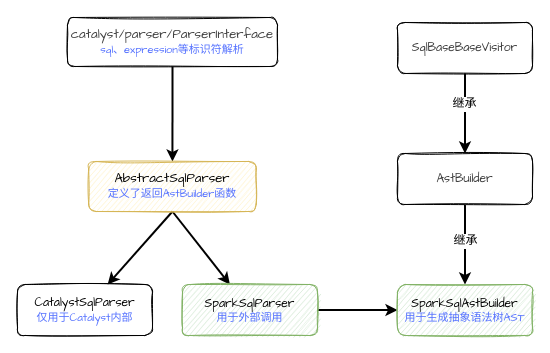
Earlier version of the draw.io diagram sql/pngs/step1.drawio (kirito1015/spark_source.sql). Source tidied: cells renumbered, new cells numbered last; positions are measured from the earlier drawing's top-left corner, leaving out a move shared by most shapes. Both pictures are drawn from the tidied source at 100%, with x=0, y=0 at pixel (17, 17).
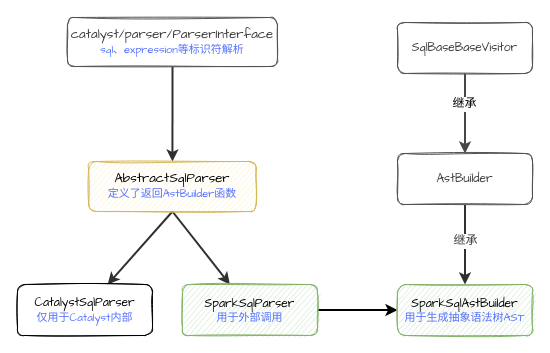
Above is the later version.

The edit, as a diff of the source:
```diff
@@
 <mxGraphModel>
   <root>
     <mxCell id="0" />
     <mxCell id="1" parent="0" />
-    <mxCell id="2" style="rounded=0;jettySize=auto;html=1;fontFamily=Comic Sans MS;fontColor=#000000;strokeWidth=2;" parent="1" edge="1" source="3" target="6">
+    <mxCell id="2" style="rounded=0;jettySize=auto;html=1;fontFamily=Comic Sans MS;fontColor=#3D3D3D;strokeWidth=2;strokeColor=#303030;" parent="1" edge="1" source="3" target="6">
       <mxGeometry relative="1" as="geometry" />
     </mxCell>
-    <mxCell id="3" value="&lt;div style=&quot;font-size: 9.8pt&quot;&gt;catalyst/parser/ParserInterfac&lt;span style=&quot;font-size: 9.8pt&quot;&gt;e&lt;/span&gt;&lt;/div&gt;&lt;div&gt;&lt;font color=&quot;#5471ff&quot; style=&quot;font-size: 11px&quot;&gt;sql、expression等标识符解析&lt;/font&gt;&lt;/div&gt;" style="rounded=1;whiteSpace=wrap;html=1;fontFamily=Comic Sans MS;fontColor=#404040;labelBackgroundColor=none;sketch=1;glass=0;shadow=0;" parent="1" vertex="1">
+    <mxCell id="3" value="&lt;div style=&quot;font-size: 9.8pt&quot;&gt;catalyst/parser/ParserInterfac&lt;span style=&quot;font-size: 9.8pt&quot;&gt;e&lt;/span&gt;&lt;/div&gt;&lt;div&gt;&lt;font color=&quot;#5471ff&quot; style=&quot;font-size: 11px&quot;&gt;sql、expression等标识符解析&lt;/font&gt;&lt;/div&gt;" style="rounded=1;whiteSpace=wrap;html=1;fontFamily=Comic Sans MS;fontColor=#3B3B3B;labelBackgroundColor=none;sketch=1;glass=0;shadow=0;strokeColor=#525252;" parent="1" vertex="1">
       <mxGeometry x="50" width="210" height="49" as="geometry" />
     </mxCell>
-    <mxCell id="4" style="rounded=0;jettySize=auto;html=1;strokeWidth=2;fontFamily=Comic Sans MS;fontColor=#000000;exitX=0.5;exitY=1;exitDx=0;exitDy=0;" parent="1" edge="1" source="6" target="7">
+    <mxCell id="4" style="rounded=0;jettySize=auto;html=1;strokeWidth=2;fontFamily=Comic Sans MS;fontColor=#3D3D3D;exitX=0.5;exitY=1;exitDx=0;exitDy=0;strokeColor=#303030;" parent="1" edge="1" source="6" target="7">
       <mxGeometry relative="1" as="geometry" />
     </mxCell>
-    <mxCell id="5" style="rounded=0;jettySize=auto;html=1;strokeWidth=2;fontFamily=Comic Sans MS;fontColor=#000000;exitX=0.5;exitY=1;exitDx=0;exitDy=0;" parent="1" edge="1" source="6" target="9">
+    <mxCell id="5" style="rounded=0;jettySize=auto;html=1;strokeWidth=2;fontFamily=Comic Sans MS;fontColor=#3D3D3D;exitX=0.5;exitY=1;exitDx=0;exitDy=0;strokeColor=#303030;" parent="1" edge="1" source="6" target="9">
       <mxGeometry relative="1" as="geometry" />
     </mxCell>
     <mxCell id="6" value="&lt;div style=&quot;font-size: 9.8pt&quot;&gt;AbstractSqlParser&lt;/div&gt;&lt;div&gt;&lt;font style=&quot;font-size: 11px&quot; color=&quot;#5471ff&quot;&gt;定义了返回AstBuilder函数&lt;/font&gt;&lt;/div&gt;" style="rounded=1;whiteSpace=wrap;html=1;fontFamily=Comic Sans MS;labelBackgroundColor=none;shadow=0;glass=0;comic=1;fillColor=#fff2cc;strokeColor=#d6b656;portConstraintRotation=0;imageAspect=1;absoluteArcSize=0;noLabel=0;snapToPoint=0;perimeter=rectanglePerimeter;movableLabel=0;sketch=1;" parent="1" vertex="1">
       <mxGeometry x="71.2" y="144" width="167.5" height="50" as="geometry" />
     </mxCell>
     <mxCell id="7" value="&lt;div&gt;&lt;div style=&quot;font-size: 12px&quot;&gt;CatalystSqlParser&lt;/div&gt;&lt;div&gt;&lt;font style=&quot;font-size: 11px&quot; color=&quot;#5471ff&quot;&gt;仅用于Catalyst内部&lt;/font&gt;&lt;/div&gt;&lt;/div&gt;" style="rounded=1;whiteSpace=wrap;html=1;fontFamily=Comic Sans MS;fontColor=#000000;labelBackgroundColor=none;fontSize=12;sketch=1;" parent="1" vertex="1">
       <mxGeometry y="267" width="135" height="51" as="geometry" />
     </mxCell>
     <mxCell id="8" style="edgeStyle=none;rounded=0;jettySize=auto;html=1;strokeWidth=2;fontFamily=Comic Sans MS;fontSize=12;fontColor=#000000;" parent="1" edge="1" source="9" target="12">
       <mxGeometry relative="1" as="geometry" />
     </mxCell>
     <mxCell id="9" value="&lt;div&gt;&lt;font style=&quot;font-size: 12px&quot;&gt;SparkSqlParser&lt;/font&gt;&lt;/div&gt;&lt;div style=&quot;font-size: 11px&quot;&gt;&lt;font style=&quot;font-size: 11px&quot; color=&quot;#5471ff&quot;&gt;用于外部调用&lt;/font&gt;&lt;/div&gt;" style="rounded=1;whiteSpace=wrap;html=1;fontFamily=Comic Sans MS;labelBackgroundColor=none;sketch=1;fillColor=#d5e8d4;strokeColor=#82b366;" parent="1" vertex="1">
       <mxGeometry x="165" y="267" width="135" height="51" as="geometry" />
     </mxCell>
-    <mxCell id="10" style="edgeStyle=none;rounded=0;jettySize=auto;html=1;strokeWidth=2;fontFamily=Comic Sans MS;fontSize=12;fontColor=#000000;startArrow=classic;startFill=1;endArrow=none;endFill=0;" parent="1" edge="1" source="12" target="15">
+    <mxCell id="10" style="edgeStyle=none;rounded=0;jettySize=auto;html=1;strokeWidth=2;fontFamily=Comic Sans MS;fontSize=12;fontColor=#3D3D3D;startArrow=classic;startFill=1;endArrow=none;endFill=0;strokeColor=#303030;" parent="1" edge="1" source="12" target="15">
       <mxGeometry relative="1" as="geometry" />
     </mxCell>
-    <mxCell id="11" value="继承" style="edgeLabel;html=1;align=center;verticalAlign=middle;fontSize=12;fontFamily=Comic Sans MS;fontColor=#000000;" parent="10" vertex="1">
+    <mxCell id="11" value="继承" style="edgeLabel;html=1;align=center;verticalAlign=middle;fontSize=12;fontFamily=Comic Sans MS;fontColor=#3D3D3D;" parent="10" vertex="1">
       <mxGeometry x="0.11" relative="1" as="geometry" />
     </mxCell>
     <mxCell id="12" value="&lt;div&gt;&lt;font style=&quot;font-size: 12px&quot;&gt;SparkSqlAstBuilder&lt;/font&gt;&lt;/div&gt;&lt;div style=&quot;font-size: 11px&quot;&gt;&lt;font style=&quot;font-size: 11px&quot; color=&quot;#5471ff&quot;&gt;用于生成抽象语法树AST&lt;/font&gt;&lt;/div&gt;" style="rounded=1;whiteSpace=wrap;html=1;fontFamily=Comic Sans MS;labelBackgroundColor=none;shadow=0;comic=1;glass=0;sketch=1;fillColor=#d5e8d4;strokeColor=#82b366;" parent="1" vertex="1">
       <mxGeometry x="380" y="267" width="135" height="51" as="geometry" />
     </mxCell>
-    <mxCell id="13" style="edgeStyle=none;rounded=0;jettySize=auto;html=1;startArrow=classic;startFill=1;endArrow=none;endFill=0;strokeWidth=2;fontFamily=Comic Sans MS;fontSize=12;fontColor=#000000;" parent="1" edge="1" source="15" target="16">
+    <mxCell id="13" style="edgeStyle=none;rounded=1;jettySize=auto;html=1;startArrow=classic;startFill=1;endArrow=none;endFill=0;strokeWidth=2;fontFamily=Comic Sans MS;fontSize=12;fontColor=#3D3D3D;strokeColor=#474747;" parent="1" edge="1" source="15" target="16">
       <mxGeometry relative="1" as="geometry" />
     </mxCell>
     <mxCell id="14" value="继承" style="edgeLabel;html=1;align=center;verticalAlign=middle;fontSize=12;fontFamily=Comic Sans MS;fontColor=#000000;" parent="13" vertex="1">
       <mxGeometry x="0.25" y="1" relative="1" as="geometry" />
     </mxCell>
-    <mxCell id="15" value="&lt;div&gt;&lt;font style=&quot;font-size: 12px&quot;&gt;AstBuilder&lt;/font&gt;&lt;/div&gt;" style="rounded=1;whiteSpace=wrap;html=1;fontFamily=Comic Sans MS;fontColor=#3B3B3B;labelBackgroundColor=none;sketch=1;" parent="1" vertex="1">
+    <mxCell id="15" value="&lt;div&gt;&lt;font style=&quot;font-size: 12px&quot;&gt;AstBuilder&lt;/font&gt;&lt;/div&gt;" style="rounded=1;whiteSpace=wrap;html=1;fontFamily=Comic Sans MS;fontColor=#3B3B3B;labelBackgroundColor=none;sketch=1;strokeColor=#525252;" parent="1" vertex="1">
       <mxGeometry x="380" y="136" width="135" height="51" as="geometry" />
     </mxCell>
-    <mxCell id="16" value="&lt;div&gt;&lt;font style=&quot;font-size: 12px&quot;&gt;SqlBaseBaseVisitor&lt;/font&gt;&lt;/div&gt;" style="rounded=1;whiteSpace=wrap;html=1;fontFamily=Comic Sans MS;fontColor=#3B3B3B;labelBackgroundColor=none;sketch=1;" parent="1" vertex="1">
+    <mxCell id="16" value="&lt;div&gt;&lt;font style=&quot;font-size: 12px&quot;&gt;SqlBaseBaseVisitor&lt;/font&gt;&lt;/div&gt;" style="rounded=1;whiteSpace=wrap;html=1;fontFamily=Comic Sans MS;fontColor=#3B3B3B;labelBackgroundColor=none;sketch=1;strokeColor=#525252;" parent="1" vertex="1">
       <mxGeometry x="380" y="5" width="135" height="51" as="geometry" />
     </mxCell>
   </root>
 </mxGraphModel>
```
